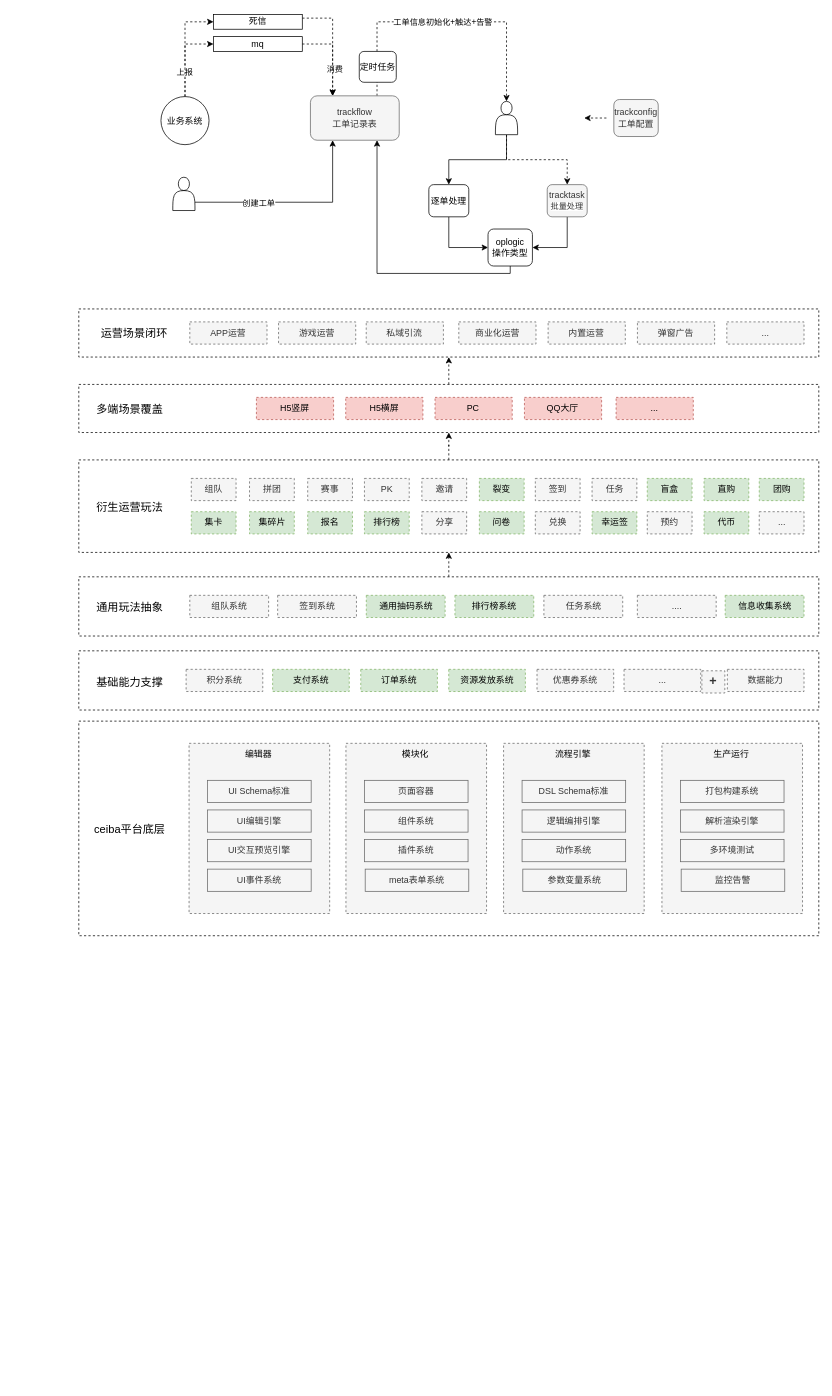
This is 工单系统.drawio from axtrur/resource, a draw.io file, before an edit. Source tidied: cells renumbered, new cells numbered last; positions are measured from the earlier drawing's top-left corner, leaving out a move shared by most shapes. Both pictures are drawn from the tidied source at 74%, with x=0, y=0 at pixel (78, 14).
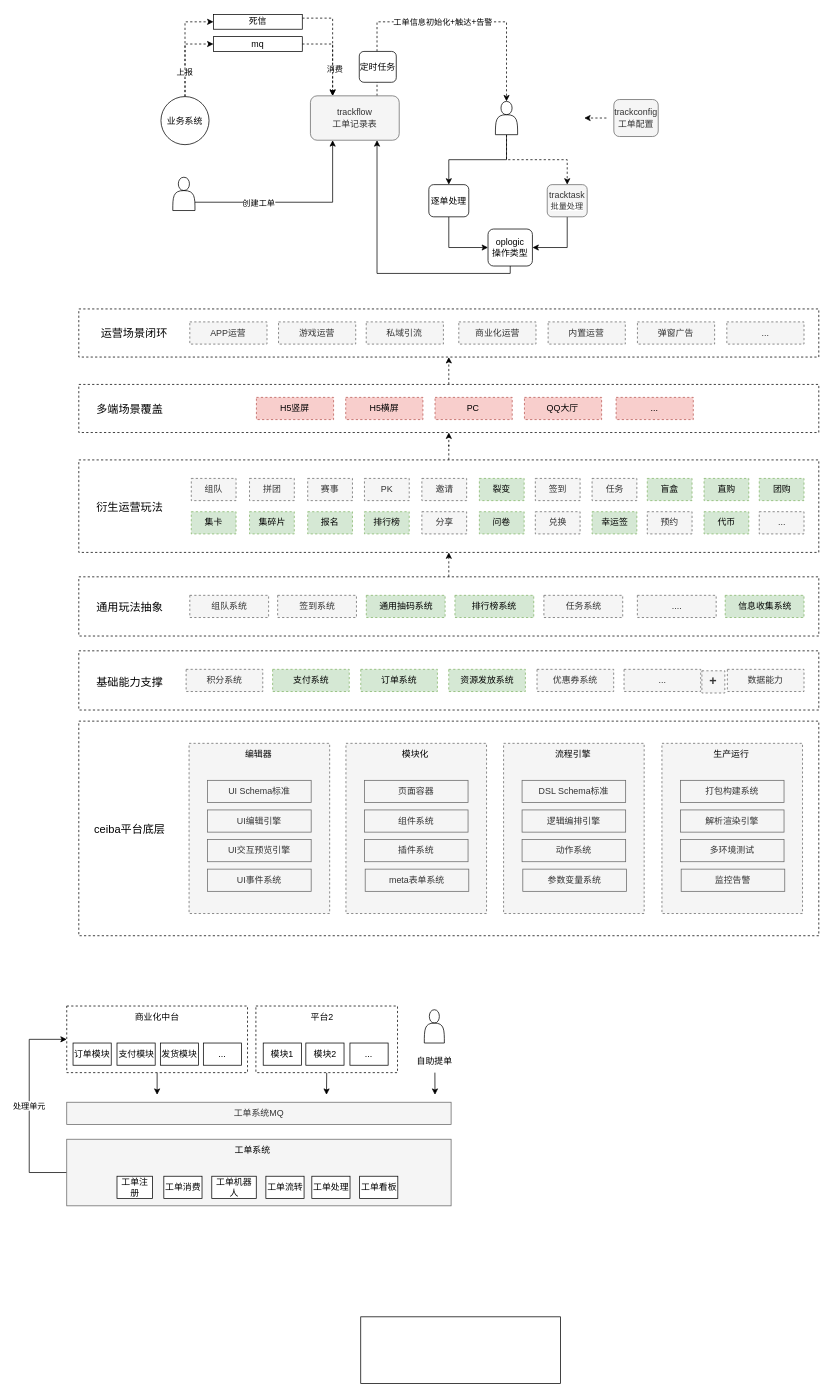
The same page after the edit.

Commit message:
更新工单系统.drawio

Diff of the diagram source:
```diff
@@
+    <mxCell id="119" style="rounded=0;whiteSpace=wrap;html=1;" parent="1" vertex="1">
+      <mxGeometry x="381" y="1760" width="270" height="90" as="geometry" />
+    </mxCell>
+    <mxCell id="120" style="group;" parent="1" vertex="1">
+      <mxGeometry x="-67" y="1340" width="580" height="270" as="geometry" />
+    </mxCell>
+    <mxCell id="121" value="工单系统MQ" style="rounded=0;whiteSpace=wrap;html=1;fillColor=#f5f5f5;fontColor=#333333;strokeColor=#666666;" parent="120" vertex="1">
+      <mxGeometry x="50.7" y="130" width="519.4" height="30" as="geometry" />
+    </mxCell>
+    <mxCell id="122" style="edgeStyle=orthogonalEdgeStyle;rounded=0;jettySize=auto;html=1;exitX=0.5;exitY=1;exitDx=0;exitDy=0;" parent="120" edge="1" source="123">
+      <mxGeometry relative="1" as="geometry">
+        <mxPoint x="172.8" y="120" as="targetPoint" />
+      </mxGeometry>
+    </mxCell>
+    <mxCell id="123" style="rounded=0;whiteSpace=wrap;html=1;dashed=1;" parent="120" vertex="1">
+      <mxGeometry x="50.7" width="244.3" height="90" as="geometry" />
+    </mxCell>
+    <mxCell id="124" value="订单模块" style="rounded=0;whiteSpace=wrap;html=1;" parent="120" vertex="1">
+      <mxGeometry x="59.2" y="50" width="51.6" height="30" as="geometry" />
+    </mxCell>
+    <mxCell id="125" value="支付模块" style="rounded=0;whiteSpace=wrap;html=1;" parent="120" vertex="1">
+      <mxGeometry x="118.6" y="50" width="51.6" height="30" as="geometry" />
+    </mxCell>
+    <mxCell id="126" value="发货模块" style="rounded=0;whiteSpace=wrap;html=1;" parent="120" vertex="1">
+      <mxGeometry x="177.2" y="50" width="51.6" height="30" as="geometry" />
+    </mxCell>
+    <mxCell id="127" value="..." style="rounded=0;whiteSpace=wrap;html=1;" parent="120" vertex="1">
+      <mxGeometry x="235.3" y="50" width="51.6" height="30" as="geometry" />
+    </mxCell>
+    <mxCell id="128" value="商业化中台" style="text;html=1;strokeColor=none;fillColor=none;align=center;verticalAlign=middle;whiteSpace=wrap;rounded=0;" parent="120" vertex="1">
+      <mxGeometry x="141" width="63.6" height="30" as="geometry" />
+    </mxCell>
+    <mxCell id="129" style="edgeStyle=orthogonalEdgeStyle;rounded=0;jettySize=auto;html=1;exitX=0.5;exitY=1;exitDx=0;exitDy=0;" parent="120" edge="1" source="130">
+      <mxGeometry relative="1" as="geometry">
+        <mxPoint x="401.7" y="120" as="targetPoint" />
+      </mxGeometry>
+    </mxCell>
+    <mxCell id="130" style="rounded=0;whiteSpace=wrap;html=1;dashed=1;" parent="120" vertex="1">
+      <mxGeometry x="306.3" width="191.4" height="90" as="geometry" />
+    </mxCell>
+    <mxCell id="131" value="模块1" style="rounded=0;whiteSpace=wrap;html=1;" parent="120" vertex="1">
+      <mxGeometry x="316.2" y="50" width="51.6" height="30" as="geometry" />
+    </mxCell>
+    <mxCell id="132" value="模块2" style="rounded=0;whiteSpace=wrap;html=1;" parent="120" vertex="1">
+      <mxGeometry x="373.8" y="50" width="51.6" height="30" as="geometry" />
+    </mxCell>
+    <mxCell id="133" value="..." style="rounded=0;whiteSpace=wrap;html=1;" parent="120" vertex="1">
+      <mxGeometry x="433.4" y="50" width="51.6" height="30" as="geometry" />
+    </mxCell>
+    <mxCell id="134" value="平台2" style="text;html=1;strokeColor=none;fillColor=none;align=center;verticalAlign=middle;whiteSpace=wrap;rounded=0;" parent="120" vertex="1">
+      <mxGeometry x="363.5" width="63.6" height="30" as="geometry" />
+    </mxCell>
+    <mxCell id="135" value="处理单元" style="edgeStyle=orthogonalEdgeStyle;rounded=0;jettySize=auto;html=1;exitX=0;exitY=0.5;exitDx=0;exitDy=0;entryX=0;entryY=0.5;entryDx=0;entryDy=0;" parent="120" edge="1" source="136" target="123">
+      <mxGeometry relative="1" as="geometry">
+        <Array as="points">
+          <mxPoint y="225" />
+          <mxPoint y="45" />
+        </Array>
+      </mxGeometry>
+    </mxCell>
+    <mxCell id="136" style="rounded=0;whiteSpace=wrap;html=1;fillColor=#f5f5f5;fontColor=#333333;strokeColor=#666666;" parent="120" vertex="1">
+      <mxGeometry x="50.7" y="180" width="519.4" height="90" as="geometry" />
+    </mxCell>
+    <mxCell id="137" value="工单消费" style="rounded=0;whiteSpace=wrap;html=1;" parent="120" vertex="1">
+      <mxGeometry x="181.9" y="230" width="51.6" height="30" as="geometry" />
+    </mxCell>
+    <mxCell id="138" value="工单机器人" style="rounded=0;whiteSpace=wrap;html=1;" parent="120" vertex="1">
+      <mxGeometry x="246.7" y="230" width="60.1" height="30" as="geometry" />
+    </mxCell>
+    <mxCell id="139" value="工单流转" style="rounded=0;whiteSpace=wrap;html=1;" parent="120" vertex="1">
+      <mxGeometry x="319.8" y="230" width="51.6" height="30" as="geometry" />
+    </mxCell>
+    <mxCell id="140" value="工单看板" style="rounded=0;whiteSpace=wrap;html=1;" parent="120" vertex="1">
+      <mxGeometry x="446.5" y="230" width="51.6" height="30" as="geometry" />
+    </mxCell>
+    <mxCell id="141" value="工单系统" style="text;html=1;strokeColor=none;fillColor=none;align=center;verticalAlign=middle;whiteSpace=wrap;rounded=0;" parent="120" vertex="1">
+      <mxGeometry x="270.3" y="180" width="63.6" height="30" as="geometry" />
+    </mxCell>
+    <mxCell id="142" value="工单处理" style="rounded=0;whiteSpace=wrap;html=1;" parent="120" vertex="1">
+      <mxGeometry x="381.9" y="230" width="51.6" height="30" as="geometry" />
+    </mxCell>
+    <mxCell id="143" value="工单注册" style="rounded=0;whiteSpace=wrap;html=1;" parent="120" vertex="1">
+      <mxGeometry x="118.6" y="230" width="48" height="30" as="geometry" />
+    </mxCell>
+    <mxCell id="144" style="edgeStyle=orthogonalEdgeStyle;rounded=0;jettySize=auto;html=1;exitX=0.5;exitY=1;exitDx=0;exitDy=0;" parent="120" edge="1" source="145">
+      <mxGeometry relative="1" as="geometry">
+        <mxPoint x="548.3" y="120" as="targetPoint" />
+      </mxGeometry>
+    </mxCell>
+    <mxCell id="145" value="自助提单" style="text;html=1;strokeColor=none;fillColor=none;align=center;verticalAlign=middle;whiteSpace=wrap;rounded=0;" parent="120" vertex="1">
+      <mxGeometry x="516.4" y="60" width="63.6" height="30" as="geometry" />
+    </mxCell>
+    <mxCell id="146" style="shape=actor;whiteSpace=wrap;html=1;" parent="120" vertex="1">
+      <mxGeometry x="533.9" y="5" width="27.1" height="45" as="geometry" />
+    </mxCell>
```
